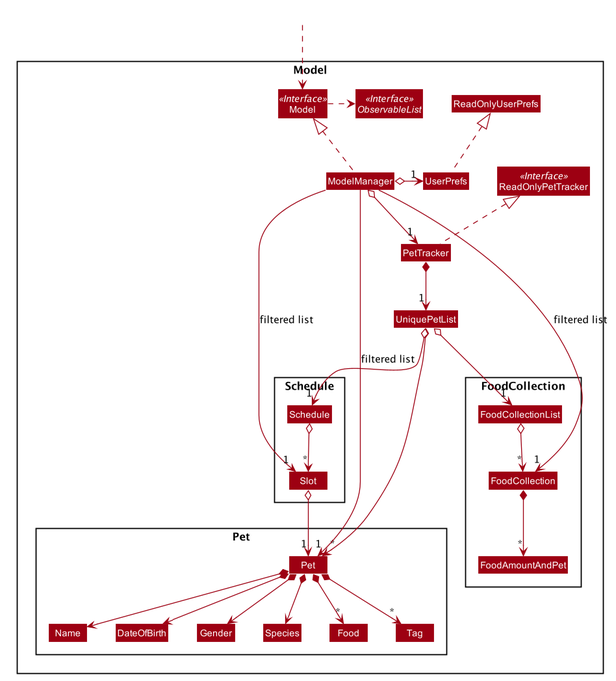
The PlantUML diagram images/dev-guide/ModelClassDiagram.png in AY1920S2-CS2103-W15-4/main, before a commit. Its diagram source:
```plantuml
@startuml








skinparam BackgroundColor #FFFFFFF

skinparam Shadowing false

skinparam Class {
    FontColor #FFFFFF
    BorderThickness 1
    BorderColor #FFFFFF
    StereotypeFontColor #FFFFFF
    FontName Arial
}

skinparam Actor {
    BorderColor #000000
    Color #000000
    FontName Arial
}

skinparam Sequence {
    MessageAlign center
    BoxFontSize 15
    BoxPadding 0
    BoxFontColor #FFFFFF
    FontName Arial
}

skinparam Participant {
    FontColor #FFFFFFF
    Padding 20
}

skinparam MinClassWidth 50
skinparam ParticipantPadding 10
skinparam Shadowing false
skinparam DefaultTextAlignment center
skinparam packageStyle Rectangle

hide footbox
hide members
hide circle
skinparam arrowThickness 1.1
skinparam arrowColor #9D0012
skinparam classBackgroundColor #9D0012




Package Model <<Rectangle>>{
Interface ReadOnlyPetTracker <<Interface>>
Interface Model <<Interface>>
Interface ObservableList <<Interface>>
Class PetTracker
Class ReadOnlyPetTracker
Class Model
Class ModelManager
Class UserPrefs
Class ReadOnlyUserPrefs
Class UniquePetList


Package Pet {
Class Pet
Class DateOfBirth
Class Food
Class Gender
Class Name
Class Species
Class Tag

}

Package Schedule {
Class Schedule
Class Slot
}

Package FoodCollection {
Class FoodCollection
Class FoodCollectionList
Class FoodAmountAndPet
}

}

Class HiddenOutside #FFFFFF
HiddenOutside ..> Model

PetTracker .up.|> ReadOnlyPetTracker

ModelManager .up.|> Model
Model .right.> ObservableList
ModelManager o--> "1" PetTracker
ModelManager o-left-> "1" UserPrefs
UserPrefs .up.|> ReadOnlyUserPrefs

PetTracker *--> "1" UniquePetList
UniquePetList o--> "*" Pet
UniquePetList o--> "1" FoodCollectionList
FoodCollectionList o--> "*" FoodCollection
FoodCollection *--> "*" FoodAmountAndPet

Pet *--> Name
Pet *--> Species
Pet *--> DateOfBirth
Pet *--> Gender
Pet *--> "*" Food
Pet *--> "*" Tag

Name -[hidden]right-> DateOfBirth
DateOfBirth -[hidden]right-> Gender
Species -[hidden]right-> Food

UniquePetList o--> "1" Schedule
Schedule o--> "*" Slot
Slot o--> "1" Pet

ModelManager -->"1" Pet : filtered list
ModelManager -->"1" Slot : filtered list
ModelManager -->"1" FoodCollection : filtered list



@enduml
```
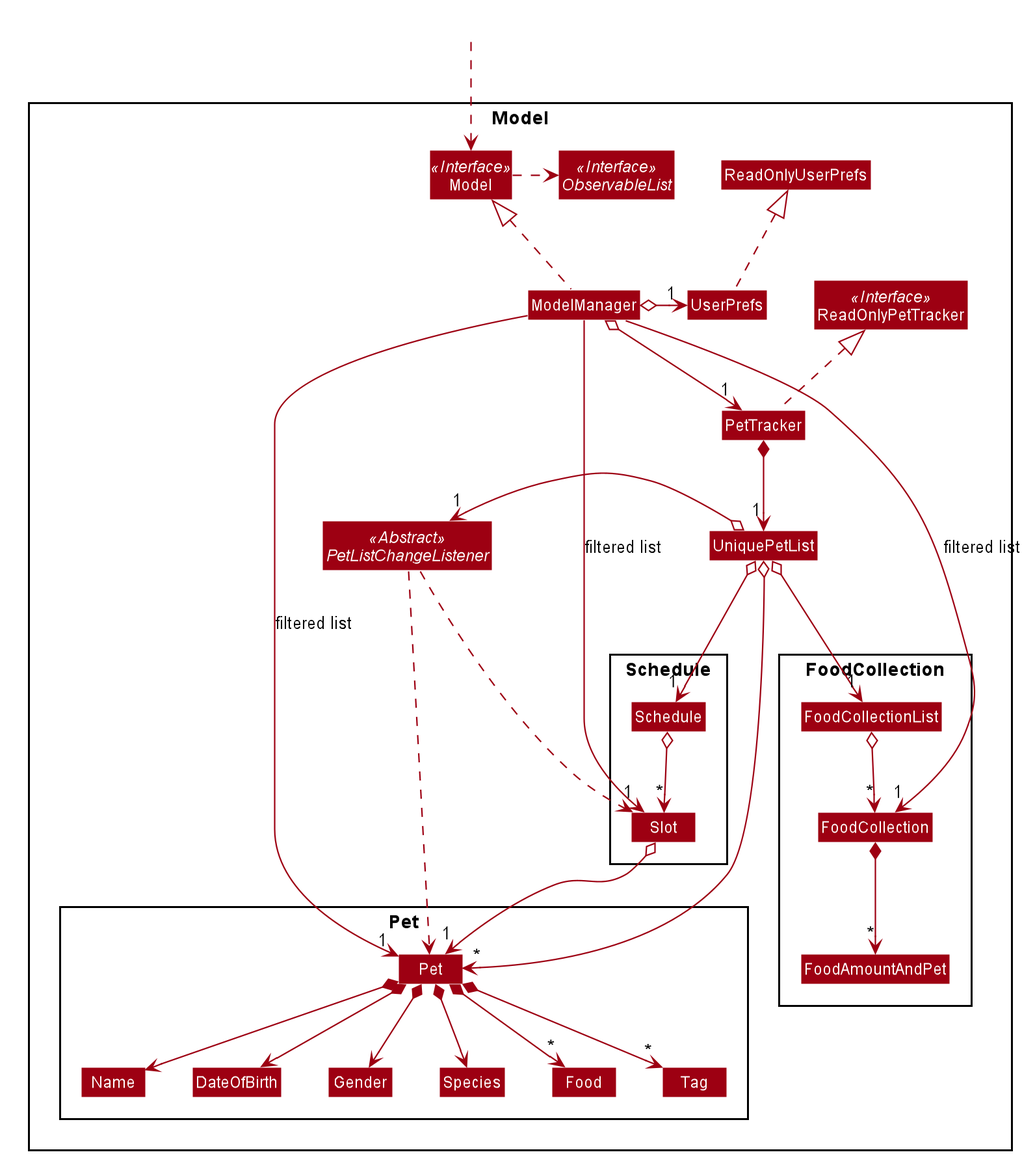
Later version of the same file.

What changed in the source:
```diff
@@ -51,13 +51,11 @@
 skinparam arrowColor #9D0012
 skinparam classBackgroundColor #9D0012
 
-
-
-
 Package Model <<Rectangle>>{
 Interface ReadOnlyPetTracker <<Interface>>
 Interface Model <<Interface>>
 Interface ObservableList <<Interface>>
+Abstract Class PetListChangeListener <<Abstract>>
 Class PetTracker
 Class ReadOnlyPetTracker
 Class Model
@@ -65,7 +63,6 @@
 Class UserPrefs
 Class ReadOnlyUserPrefs
 Class UniquePetList
-
 
 Package Pet {
 Class Pet
@@ -120,6 +117,9 @@
 Species -[hidden]right-> Food
 
 UniquePetList o--> "1" Schedule
+UniquePetList o-left-> "1" PetListChangeListener
+PetListChangeListener ..> Pet
+PetListChangeListener ..> Slot
 Schedule o--> "*" Slot
 Slot o--> "1" Pet
 
```
